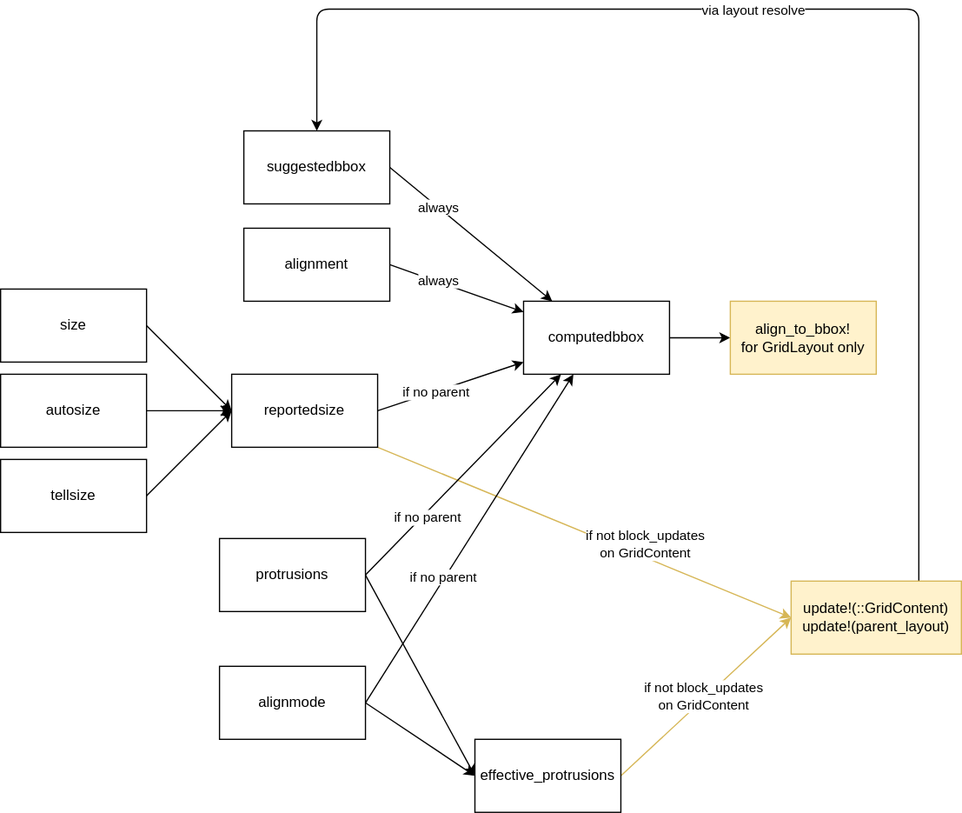
jkrumbiegel/GridLayoutBase.jl keeps this draw.io diagram as src/gridlayout_updates.drawio.svg. Above is the earlier version. Source tidied: cells renumbered, new cells last; positions are measured from the earlier drawing's top-left corner, leaving out a move shared by most shapes.
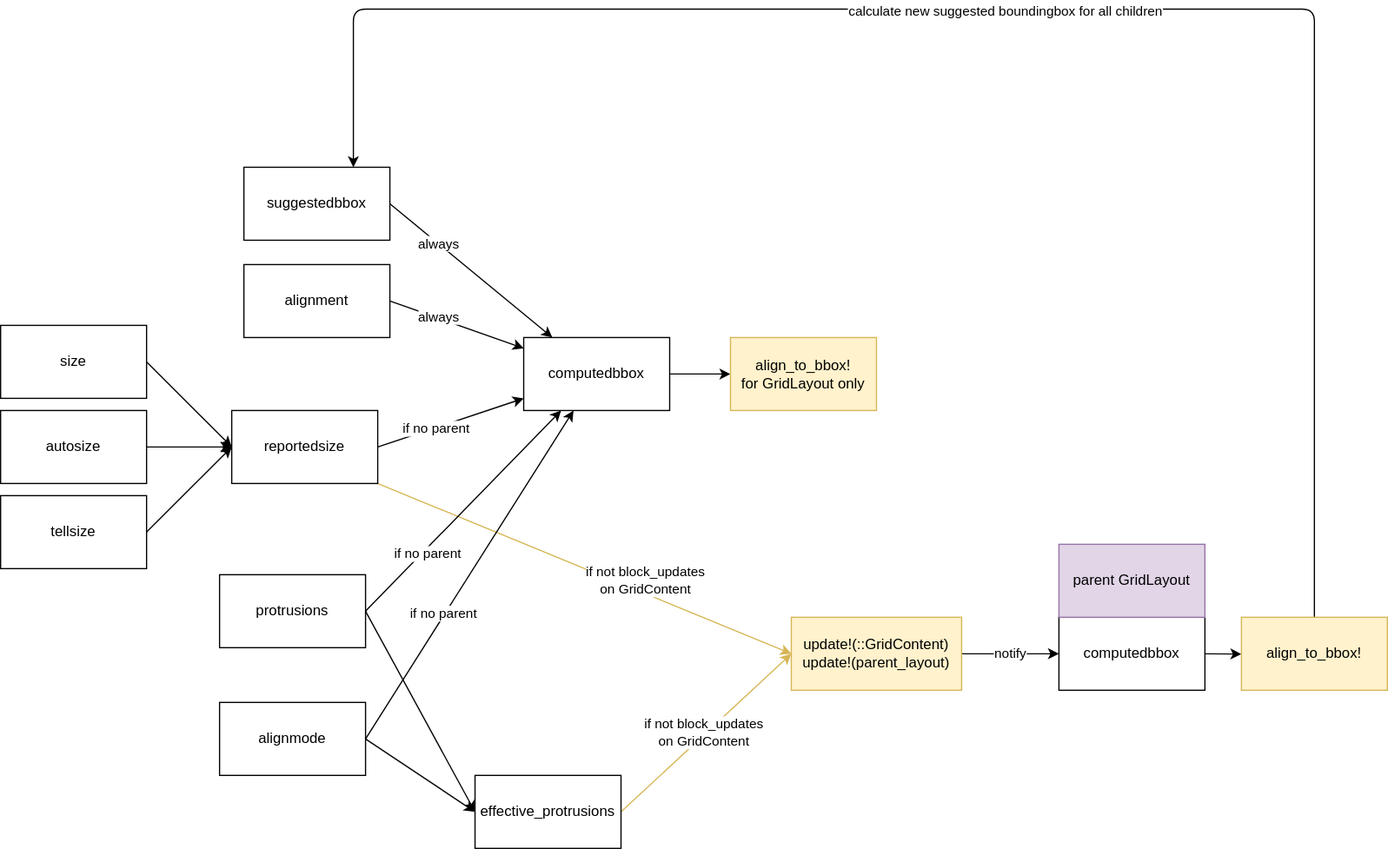
After the change.

Change to the diagram source:
```diff
@@ -91,23 +91,36 @@
     <mxCell id="30" value="alignmode" style="rounded=0;whiteSpace=wrap;html=1;" parent="1" vertex="1">
       <mxGeometry x="180" y="550" width="120" height="60" as="geometry" />
     </mxCell>
-    <mxCell id="31" style="edgeStyle=elbowEdgeStyle;html=1;exitX=0.75;exitY=0;exitDx=0;exitDy=0;entryX=0.5;entryY=0;entryDx=0;entryDy=0;elbow=vertical;" parent="1" edge="1" source="33" target="4">
-      <mxGeometry relative="1" as="geometry">
-        <Array as="points">
-          <mxPoint x="430" y="10" />
-          <mxPoint x="760" y="30" />
-          <mxPoint x="460" />
-        </Array>
-      </mxGeometry>
-    </mxCell>
-    <mxCell id="32" value="via layout resolve" style="edgeLabel;html=1;align=center;verticalAlign=middle;" parent="31" vertex="1">
-      <mxGeometry x="0.14" relative="1" as="geometry" />
-    </mxCell>
+    <mxCell id="35" value="notify" style="edgeStyle=elbowEdgeStyle;elbow=horizontal;html=1;exitX=1;exitY=0.5;exitDx=0;exitDy=0;entryX=0;entryY=0.5;entryDx=0;entryDy=0;" parent="1" edge="1" source="33" target="37">
+      <mxGeometry relative="1" as="geometry" />
+    </mxCell>
     <mxCell id="33" value="update!(::GridContent)&lt;br&gt;update!(parent_layout)" style="whiteSpace=wrap;html=1;fillColor=#fff2cc;strokeColor=#d6b656;" parent="1" vertex="1">
       <mxGeometry x="650" y="480" width="140" height="60" as="geometry" />
     </mxCell>
     <mxCell id="34" value="align_to_bbox!&lt;br&gt;for GridLayout only" style="whiteSpace=wrap;html=1;fillColor=#fff2cc;strokeColor=#d6b656;" parent="1" vertex="1">
       <mxGeometry x="600" y="250" width="120" height="60" as="geometry" />
     </mxCell>
+    <mxCell id="36" style="edgeStyle=elbowEdgeStyle;elbow=vertical;html=1;exitX=1;exitY=0.5;exitDx=0;exitDy=0;" parent="1" edge="1" source="37" target="41">
+      <mxGeometry relative="1" as="geometry" />
+    </mxCell>
+    <mxCell id="37" value="computedbbox" style="rounded=0;whiteSpace=wrap;html=1;" parent="1" vertex="1">
+      <mxGeometry x="870" y="480" width="120" height="60" as="geometry" />
+    </mxCell>
+    <mxCell id="38" value="parent GridLayout" style="rounded=0;whiteSpace=wrap;html=1;fontStyle=0;fillColor=#e1d5e7;strokeColor=#9673a6;" parent="1" vertex="1">
+      <mxGeometry x="870" y="420" width="120" height="60" as="geometry" />
+    </mxCell>
+    <mxCell id="39" style="edgeStyle=elbowEdgeStyle;elbow=vertical;html=1;exitX=0.5;exitY=0;exitDx=0;exitDy=0;entryX=0.75;entryY=0;entryDx=0;entryDy=0;" parent="1" edge="1" source="41" target="4">
+      <mxGeometry relative="1" as="geometry">
+        <Array as="points">
+          <mxPoint x="760" y="-20" />
+        </Array>
+      </mxGeometry>
+    </mxCell>
+    <mxCell id="40" value="calculate new suggested boundingbox for all children" style="edgeLabel;html=1;align=center;verticalAlign=middle;" parent="39" vertex="1">
+      <mxGeometry x="0.06" y="1" relative="1" as="geometry" />
+    </mxCell>
+    <mxCell id="41" value="align_to_bbox!" style="whiteSpace=wrap;html=1;fillColor=#fff2cc;strokeColor=#d6b656;" parent="1" vertex="1">
+      <mxGeometry x="1020" y="480" width="120" height="60" as="geometry" />
+    </mxCell>
   </root>
 </mxGraphModel>
```
